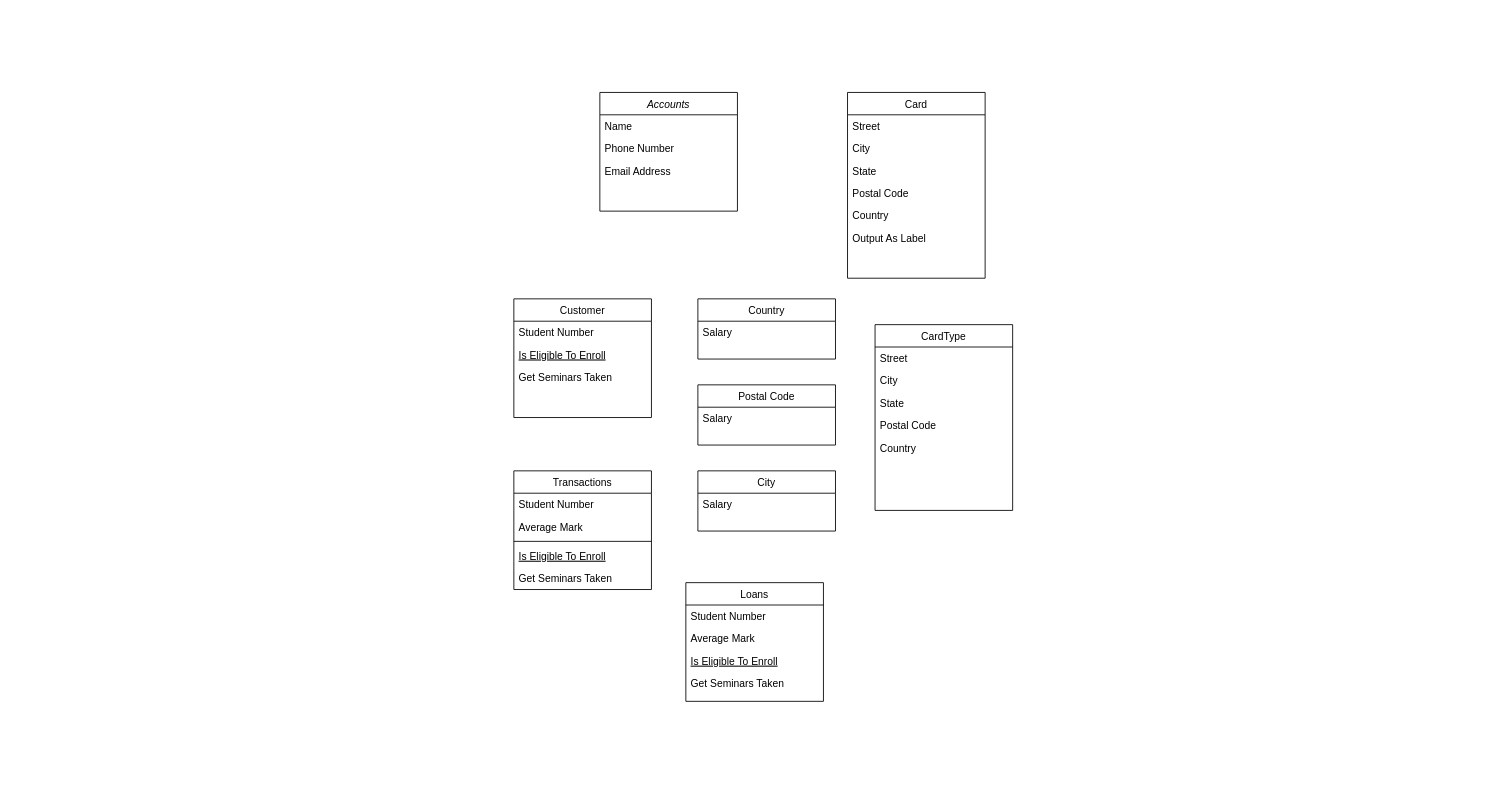
The draw.io diagram BankIndividuella.drawio in LuccaLinguine/BankDB, before the edit. Source tidied: cells renumbered, new cells numbered last; positions are measured from the earlier drawing's top-left corner, leaving out a move shared by most shapes. Both pictures are drawn from the tidied source at 86%, with x=0, y=0 at pixel (513, 92).
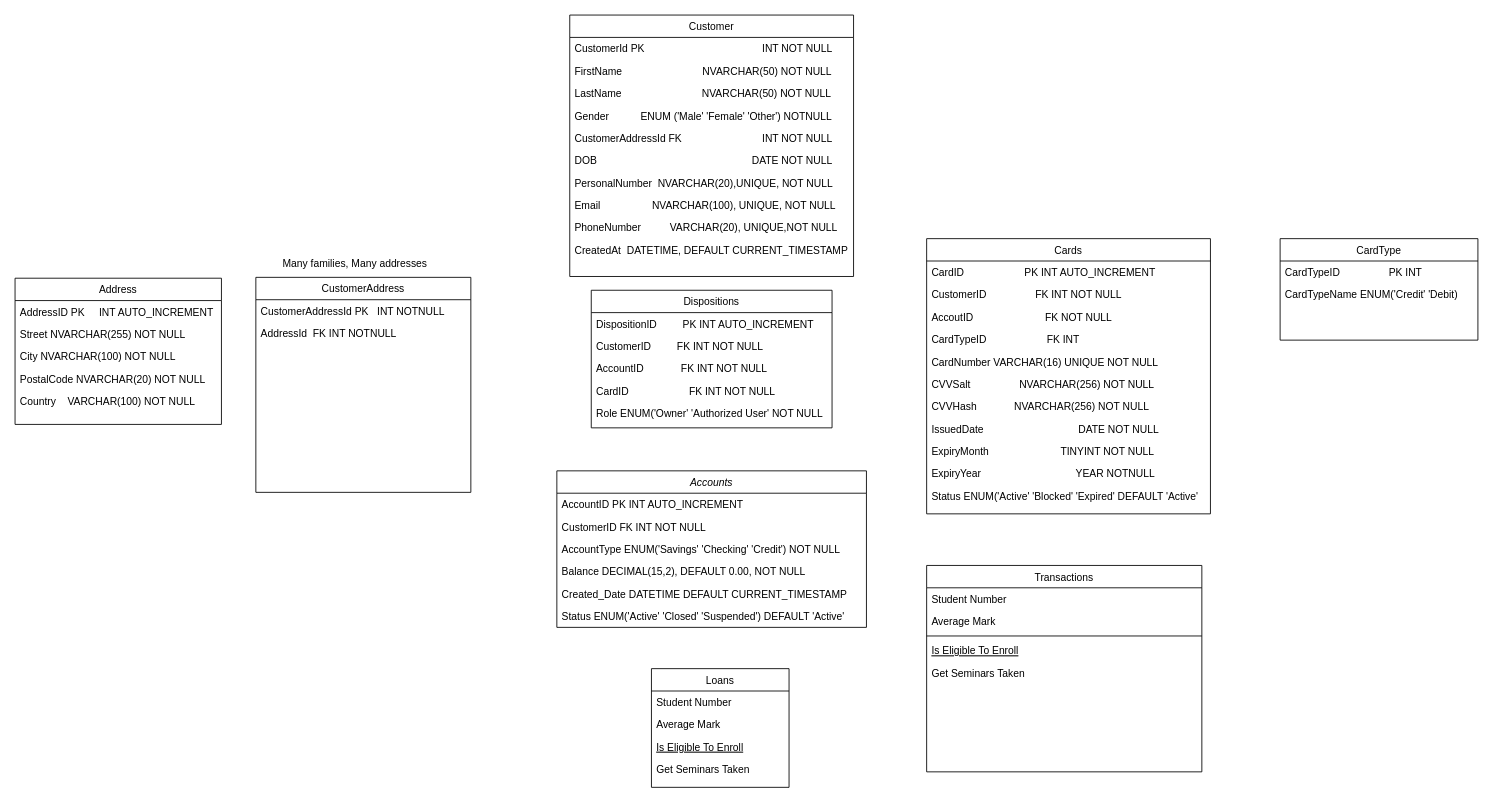
The same diagram, later.

Diff of the diagram source:
```diff
@@
     <mxCell id="2" value="Accounts" style="swimlane;fontStyle=2;align=center;verticalAlign=top;horizontal=1;startSize=26;rounded=0;shadow=0;strokeWidth=1;" parent="1" vertex="1">
-      <mxGeometry x="100" width="160" height="138" as="geometry" />
+      <mxGeometry x="50" y="440" width="360" height="182" as="geometry" />
     </mxCell>
-    <mxCell id="3" value="Name" style="text;align=left;verticalAlign=top;spacingLeft=4;spacingRight=4;overflow=hidden;" parent="2" vertex="1">
-      <mxGeometry y="26" width="160" height="26" as="geometry" />
+    <mxCell id="3" value="AccountID PK INT AUTO_INCREMENT" style="text;align=left;verticalAlign=top;spacingLeft=4;spacingRight=4;overflow=hidden;" parent="2" vertex="1">
+      <mxGeometry y="26" width="360" height="26" as="geometry" />
     </mxCell>
-    <mxCell id="4" value="Phone Number" style="text;align=left;verticalAlign=top;spacingLeft=4;spacingRight=4;overflow=hidden;rounded=0;shadow=0;html=0;" parent="2" vertex="1">
-      <mxGeometry y="52" width="160" height="26" as="geometry" />
+    <mxCell id="4" value="CustomerID FK INT NOT NULL" style="text;align=left;verticalAlign=top;spacingLeft=4;spacingRight=4;overflow=hidden;rounded=0;shadow=0;html=0;" parent="2" vertex="1">
+      <mxGeometry y="52" width="360" height="26" as="geometry" />
     </mxCell>
-    <mxCell id="5" value="Email Address" style="text;align=left;verticalAlign=top;spacingLeft=4;spacingRight=4;overflow=hidden;rounded=0;shadow=0;html=0;" parent="2" vertex="1">
-      <mxGeometry y="78" width="160" height="26" as="geometry" />
+    <mxCell id="5" value="AccountType ENUM('Savings' 'Checking' 'Credit') NOT NULL" style="text;align=left;verticalAlign=top;spacingLeft=4;spacingRight=4;overflow=hidden;rounded=0;shadow=0;html=0;" parent="2" vertex="1">
+      <mxGeometry y="78" width="360" height="26" as="geometry" />
     </mxCell>
+    <mxCell id="40" value="Balance DECIMAL(15,2), DEFAULT 0.00, NOT NULL" style="text;align=left;verticalAlign=top;spacingLeft=4;spacingRight=4;overflow=hidden;rounded=0;shadow=0;html=0;" parent="2" vertex="1">
+      <mxGeometry y="104" width="360" height="26" as="geometry" />
+    </mxCell>
+    <mxCell id="41" value="Created_Date DATETIME DEFAULT CURRENT_TIMESTAMP" style="text;align=left;verticalAlign=top;spacingLeft=4;spacingRight=4;overflow=hidden;rounded=0;shadow=0;html=0;" parent="2" vertex="1">
+      <mxGeometry y="130" width="360" height="26" as="geometry" />
+    </mxCell>
+    <mxCell id="42" value="Status ENUM('Active' 'Closed' 'Suspended') DEFAULT 'Active'" style="text;align=left;verticalAlign=top;spacingLeft=4;spacingRight=4;overflow=hidden;rounded=0;shadow=0;html=0;" parent="2" vertex="1">
+      <mxGeometry y="156" width="360" height="26" as="geometry" />
+    </mxCell>
     <mxCell id="6" value="Customer" style="swimlane;fontStyle=0;align=center;verticalAlign=top;horizontal=1;startSize=26;rounded=0;shadow=0;strokeWidth=1;" parent="1" vertex="1">
-      <mxGeometry y="240" width="160" height="138" as="geometry" />
+      <mxGeometry x="65" y="-90" width="330" height="304" as="geometry" />
     </mxCell>
-    <mxCell id="7" value="Student Number" style="text;align=left;verticalAlign=top;spacingLeft=4;spacingRight=4;overflow=hidden;" parent="6" vertex="1">
-      <mxGeometry y="26" width="160" height="26" as="geometry" />
-    </mxCell>
-    <mxCell id="8" value="Is Eligible To Enroll" style="text;align=left;verticalAlign=top;spacingLeft=4;spacingRight=4;overflow=hidden;fontStyle=4;" parent="6" vertex="1">
-      <mxGeometry y="52" width="160" height="26" as="geometry" />
-    </mxCell>
-    <mxCell id="9" value="Get Seminars Taken" style="text;align=left;verticalAlign=top;spacingLeft=4;spacingRight=4;overflow=hidden;" parent="6" vertex="1">
-      <mxGeometry y="78" width="160" height="26" as="geometry" />
+    <mxCell id="9" value="CustomerId PK                                         INT NOT NULL" style="text;align=left;verticalAlign=top;spacingLeft=4;spacingRight=4;overflow=hidden;" parent="6" vertex="1">
+      <mxGeometry y="26" width="330" height="26" as="geometry" />
     </mxCell>
-    <mxCell id="10" value="Country" style="swimlane;fontStyle=0;align=center;verticalAlign=top;horizontal=1;startSize=26;rounded=0;shadow=0;strokeWidth=1;" parent="1" vertex="1">
-      <mxGeometry x="214" y="240" width="160" height="70" as="geometry" />
-    </mxCell>
-    <mxCell id="11" value="Salary" style="text;align=left;verticalAlign=top;spacingLeft=4;spacingRight=4;overflow=hidden;" parent="10" vertex="1">
-      <mxGeometry y="26" width="160" height="26" as="geometry" />
-    </mxCell>
+    <mxCell id="43" value="FirstName                            NVARCHAR(50) NOT NULL" style="text;align=left;verticalAlign=top;spacingLeft=4;spacingRight=4;overflow=hidden;" parent="6" vertex="1">
+      <mxGeometry y="52" width="330" height="26" as="geometry" />
+    </mxCell>
+    <mxCell id="44" value="LastName                            NVARCHAR(50) NOT NULL" style="text;align=left;verticalAlign=top;spacingLeft=4;spacingRight=4;overflow=hidden;" parent="6" vertex="1">
+      <mxGeometry y="78" width="330" height="26" as="geometry" />
+    </mxCell>
+    <mxCell id="45" value="Gender           ENUM ('Male' 'Female' 'Other') NOTNULL" style="text;align=left;verticalAlign=top;spacingLeft=4;spacingRight=4;overflow=hidden;" parent="6" vertex="1">
+      <mxGeometry y="104" width="330" height="26" as="geometry" />
+    </mxCell>
+    <mxCell id="46" value="CustomerAddressId FK                            INT NOT NULL" style="text;align=left;verticalAlign=top;spacingLeft=4;spacingRight=4;overflow=hidden;" parent="6" vertex="1">
+      <mxGeometry y="130" width="330" height="26" as="geometry" />
+    </mxCell>
+    <mxCell id="47" value="DOB                                                      DATE NOT NULL" style="text;align=left;verticalAlign=top;spacingLeft=4;spacingRight=4;overflow=hidden;" parent="6" vertex="1">
+      <mxGeometry y="156" width="330" height="26" as="geometry" />
+    </mxCell>
+    <mxCell id="48" value="PersonalNumber  NVARCHAR(20),UNIQUE, NOT NULL" style="text;align=left;verticalAlign=top;spacingLeft=4;spacingRight=4;overflow=hidden;" parent="6" vertex="1">
+      <mxGeometry y="182" width="330" height="26" as="geometry" />
+    </mxCell>
+    <mxCell id="49" value="Email                  NVARCHAR(100), UNIQUE, NOT NULL" style="text;align=left;verticalAlign=top;spacingLeft=4;spacingRight=4;overflow=hidden;" parent="6" vertex="1">
+      <mxGeometry y="208" width="330" height="26" as="geometry" />
+    </mxCell>
+    <mxCell id="50" value="PhoneNumber          VARCHAR(20), UNIQUE,NOT NULL" style="text;align=left;verticalAlign=top;spacingLeft=4;spacingRight=4;overflow=hidden;" parent="6" vertex="1">
+      <mxGeometry y="234" width="330" height="26" as="geometry" />
+    </mxCell>
+    <mxCell id="51" value="CreatedAt  DATETIME, DEFAULT CURRENT_TIMESTAMP" style="text;align=left;verticalAlign=top;spacingLeft=4;spacingRight=4;overflow=hidden;" parent="6" vertex="1">
+      <mxGeometry y="260" width="330" height="26" as="geometry" />
+    </mxCell>
-    <mxCell id="12" value="Card" style="swimlane;fontStyle=0;align=center;verticalAlign=top;horizontal=1;startSize=26;rounded=0;shadow=0;strokeWidth=1;" parent="1" vertex="1">
-      <mxGeometry x="388" width="160" height="216" as="geometry" />
+    <mxCell id="12" value="Cards" style="swimlane;fontStyle=0;align=center;verticalAlign=top;horizontal=1;startSize=26;rounded=0;shadow=0;strokeWidth=1;" parent="1" vertex="1">
+      <mxGeometry x="480" y="170" width="330" height="320" as="geometry" />
     </mxCell>
-    <mxCell id="13" value="Street" style="text;align=left;verticalAlign=top;spacingLeft=4;spacingRight=4;overflow=hidden;" parent="12" vertex="1">
-      <mxGeometry y="26" width="160" height="26" as="geometry" />
-    </mxCell>
-    <mxCell id="14" value="City" style="text;align=left;verticalAlign=top;spacingLeft=4;spacingRight=4;overflow=hidden;rounded=0;shadow=0;html=0;" parent="12" vertex="1">
-      <mxGeometry y="52" width="160" height="26" as="geometry" />
-    </mxCell>
-    <mxCell id="15" value="State" style="text;align=left;verticalAlign=top;spacingLeft=4;spacingRight=4;overflow=hidden;rounded=0;shadow=0;html=0;" parent="12" vertex="1">
-      <mxGeometry y="78" width="160" height="26" as="geometry" />
-    </mxCell>
-    <mxCell id="16" value="Postal Code" style="text;align=left;verticalAlign=top;spacingLeft=4;spacingRight=4;overflow=hidden;rounded=0;shadow=0;html=0;" parent="12" vertex="1">
-      <mxGeometry y="104" width="160" height="26" as="geometry" />
-    </mxCell>
-    <mxCell id="17" value="Country" style="text;align=left;verticalAlign=top;spacingLeft=4;spacingRight=4;overflow=hidden;rounded=0;shadow=0;html=0;" parent="12" vertex="1">
-      <mxGeometry y="130" width="160" height="26" as="geometry" />
-    </mxCell>
-    <mxCell id="18" value="Output As Label" style="text;align=left;verticalAlign=top;spacingLeft=4;spacingRight=4;overflow=hidden;" parent="12" vertex="1">
-      <mxGeometry y="156" width="160" height="26" as="geometry" />
+    <mxCell id="18" value="CardID                     PK INT AUTO_INCREMENT" style="text;align=left;verticalAlign=top;spacingLeft=4;spacingRight=4;overflow=hidden;" parent="12" vertex="1">
+      <mxGeometry y="26" width="330" height="26" as="geometry" />
     </mxCell>
-    <mxCell id="19" value="Postal Code" style="swimlane;fontStyle=0;align=center;verticalAlign=top;horizontal=1;startSize=26;rounded=0;shadow=0;strokeWidth=1;" parent="1" vertex="1">
-      <mxGeometry x="214" y="340" width="160" height="70" as="geometry" />
-    </mxCell>
-    <mxCell id="20" value="Salary" style="text;align=left;verticalAlign=top;spacingLeft=4;spacingRight=4;overflow=hidden;" parent="19" vertex="1">
-      <mxGeometry y="26" width="160" height="26" as="geometry" />
-    </mxCell>
+    <mxCell id="52" value="CustomerID                 FK INT NOT NULL" style="text;align=left;verticalAlign=top;spacingLeft=4;spacingRight=4;overflow=hidden;" parent="12" vertex="1">
+      <mxGeometry y="52" width="330" height="26" as="geometry" />
+    </mxCell>
+    <mxCell id="53" value="AccoutID                         FK NOT NULL" style="text;align=left;verticalAlign=top;spacingLeft=4;spacingRight=4;overflow=hidden;" parent="12" vertex="1">
+      <mxGeometry y="78" width="330" height="26" as="geometry" />
+    </mxCell>
+    <mxCell id="54" value="CardTypeID                     FK INT" style="text;align=left;verticalAlign=top;spacingLeft=4;spacingRight=4;overflow=hidden;" parent="12" vertex="1">
+      <mxGeometry y="104" width="330" height="26" as="geometry" />
+    </mxCell>
+    <mxCell id="55" value="CardNumber VARCHAR(16) UNIQUE NOT NULL" style="text;align=left;verticalAlign=top;spacingLeft=4;spacingRight=4;overflow=hidden;" parent="12" vertex="1">
+      <mxGeometry y="130" width="330" height="26" as="geometry" />
+    </mxCell>
+    <mxCell id="56" value="CVVSalt                 NVARCHAR(256) NOT NULL" style="text;align=left;verticalAlign=top;spacingLeft=4;spacingRight=4;overflow=hidden;" parent="12" vertex="1">
+      <mxGeometry y="156" width="330" height="26" as="geometry" />
+    </mxCell>
+    <mxCell id="57" value="CVVHash             NVARCHAR(256) NOT NULL" style="text;align=left;verticalAlign=top;spacingLeft=4;spacingRight=4;overflow=hidden;" parent="12" vertex="1">
+      <mxGeometry y="182" width="330" height="26" as="geometry" />
+    </mxCell>
+    <mxCell id="58" value="IssuedDate                                 DATE NOT NULL" style="text;align=left;verticalAlign=top;spacingLeft=4;spacingRight=4;overflow=hidden;" parent="12" vertex="1">
+      <mxGeometry y="208" width="330" height="26" as="geometry" />
+    </mxCell>
+    <mxCell id="59" value="ExpiryMonth                         TINYINT NOT NULL" style="text;align=left;verticalAlign=top;spacingLeft=4;spacingRight=4;overflow=hidden;" parent="12" vertex="1">
+      <mxGeometry y="234" width="330" height="26" as="geometry" />
+    </mxCell>
+    <mxCell id="60" value="ExpiryYear                                 YEAR NOTNULL" style="text;align=left;verticalAlign=top;spacingLeft=4;spacingRight=4;overflow=hidden;" parent="12" vertex="1">
+      <mxGeometry y="260" width="330" height="26" as="geometry" />
+    </mxCell>
+    <mxCell id="61" value="Status ENUM('Active' 'Blocked' 'Expired' DEFAULT 'Active'" style="text;align=left;verticalAlign=top;spacingLeft=4;spacingRight=4;overflow=hidden;" parent="12" vertex="1">
+      <mxGeometry y="286" width="330" height="26" as="geometry" />
+    </mxCell>
-    <mxCell id="21" value="City&#10;" style="swimlane;fontStyle=0;align=center;verticalAlign=top;horizontal=1;startSize=26;rounded=0;shadow=0;strokeWidth=1;" parent="1" vertex="1">
-      <mxGeometry x="214" y="440" width="160" height="70" as="geometry" />
+    <mxCell id="21" value="Address" style="swimlane;fontStyle=0;align=center;verticalAlign=top;horizontal=1;startSize=26;rounded=0;shadow=0;strokeWidth=1;" parent="1" vertex="1">
+      <mxGeometry x="-580" y="216" width="240" height="170" as="geometry" />
     </mxCell>
-    <mxCell id="22" value="Salary" style="text;align=left;verticalAlign=top;spacingLeft=4;spacingRight=4;overflow=hidden;" parent="21" vertex="1">
-      <mxGeometry y="26" width="160" height="26" as="geometry" />
+    <mxCell id="22" value="AddressID PK     INT AUTO_INCREMENT" style="text;align=left;verticalAlign=top;spacingLeft=4;spacingRight=4;overflow=hidden;" parent="21" vertex="1">
+      <mxGeometry y="26" width="240" height="26" as="geometry" />
     </mxCell>
+    <mxCell id="62" value="Street NVARCHAR(255) NOT NULL" style="text;align=left;verticalAlign=top;spacingLeft=4;spacingRight=4;overflow=hidden;" parent="21" vertex="1">
+      <mxGeometry y="52" width="240" height="26" as="geometry" />
+    </mxCell>
+    <mxCell id="63" value="City NVARCHAR(100) NOT NULL" style="text;align=left;verticalAlign=top;spacingLeft=4;spacingRight=4;overflow=hidden;" parent="21" vertex="1">
+      <mxGeometry y="78" width="240" height="26" as="geometry" />
+    </mxCell>
+    <mxCell id="64" value="PostalCode NVARCHAR(20) NOT NULL" style="text;align=left;verticalAlign=top;spacingLeft=4;spacingRight=4;overflow=hidden;" parent="21" vertex="1">
+      <mxGeometry y="104" width="240" height="26" as="geometry" />
+    </mxCell>
+    <mxCell id="65" value="Country    VARCHAR(100) NOT NULL&#10;" style="text;align=left;verticalAlign=top;spacingLeft=4;spacingRight=4;overflow=hidden;" parent="21" vertex="1">
+      <mxGeometry y="130" width="240" height="26" as="geometry" />
+    </mxCell>
     <mxCell id="23" value="CardType" style="swimlane;fontStyle=0;align=center;verticalAlign=top;horizontal=1;startSize=26;rounded=0;shadow=0;strokeWidth=1;" parent="1" vertex="1">
-      <mxGeometry x="420" y="270" width="160" height="216" as="geometry" />
+      <mxGeometry x="891" y="170" width="230" height="118" as="geometry" />
     </mxCell>
-    <mxCell id="24" value="Street" style="text;align=left;verticalAlign=top;spacingLeft=4;spacingRight=4;overflow=hidden;" parent="23" vertex="1">
-      <mxGeometry y="26" width="160" height="26" as="geometry" />
-    </mxCell>
-    <mxCell id="25" value="City" style="text;align=left;verticalAlign=top;spacingLeft=4;spacingRight=4;overflow=hidden;rounded=0;shadow=0;html=0;" parent="23" vertex="1">
-      <mxGeometry y="52" width="160" height="26" as="geometry" />
-    </mxCell>
-    <mxCell id="26" value="State" style="text;align=left;verticalAlign=top;spacingLeft=4;spacingRight=4;overflow=hidden;rounded=0;shadow=0;html=0;" parent="23" vertex="1">
-      <mxGeometry y="78" width="160" height="26" as="geometry" />
-    </mxCell>
-    <mxCell id="27" value="Postal Code" style="text;align=left;verticalAlign=top;spacingLeft=4;spacingRight=4;overflow=hidden;rounded=0;shadow=0;html=0;" parent="23" vertex="1">
-      <mxGeometry y="104" width="160" height="26" as="geometry" />
-    </mxCell>
-    <mxCell id="28" value="Country" style="text;align=left;verticalAlign=top;spacingLeft=4;spacingRight=4;overflow=hidden;rounded=0;shadow=0;html=0;" parent="23" vertex="1">
-      <mxGeometry y="130" width="160" height="26" as="geometry" />
-    </mxCell>
+    <mxCell id="66" value="CardTypeID                 PK INT" style="text;align=left;verticalAlign=top;spacingLeft=4;spacingRight=4;overflow=hidden;" parent="23" vertex="1">
+      <mxGeometry y="26" width="230" height="26" as="geometry" />
+    </mxCell>
+    <mxCell id="67" value="CardTypeName ENUM('Credit' 'Debit)" style="text;align=left;verticalAlign=top;spacingLeft=4;spacingRight=4;overflow=hidden;" parent="23" vertex="1">
+      <mxGeometry y="52" width="230" height="26" as="geometry" />
+    </mxCell>
     <mxCell id="29" value="Transactions" style="swimlane;fontStyle=0;align=center;verticalAlign=top;horizontal=1;startSize=26;rounded=0;shadow=0;strokeWidth=1;" parent="1" vertex="1">
-      <mxGeometry y="440" width="160" height="138" as="geometry" />
+      <mxGeometry x="480" y="550" width="320" height="240" as="geometry" />
     </mxCell>
     <mxCell id="30" value="Student Number" style="text;align=left;verticalAlign=top;spacingLeft=4;spacingRight=4;overflow=hidden;" parent="29" vertex="1">
-      <mxGeometry y="26" width="160" height="26" as="geometry" />
+      <mxGeometry y="26" width="320" height="26" as="geometry" />
     </mxCell>
     <mxCell id="31" value="Average Mark" style="text;align=left;verticalAlign=top;spacingLeft=4;spacingRight=4;overflow=hidden;rounded=0;shadow=0;html=0;" parent="29" vertex="1">
-      <mxGeometry y="52" width="160" height="26" as="geometry" />
+      <mxGeometry y="52" width="320" height="26" as="geometry" />
     </mxCell>
     <mxCell id="32" style="line;html=1;strokeWidth=1;align=left;verticalAlign=middle;spacingTop=-1;spacingLeft=3;spacingRight=3;labelPosition=right;" parent="29" vertex="1">
-      <mxGeometry y="78" width="160" height="8" as="geometry" />
+      <mxGeometry y="78" width="320" height="8" as="geometry" />
     </mxCell>
     <mxCell id="33" value="Is Eligible To Enroll" style="text;align=left;verticalAlign=top;spacingLeft=4;spacingRight=4;overflow=hidden;fontStyle=4;" parent="29" vertex="1">
-      <mxGeometry y="86" width="160" height="26" as="geometry" />
+      <mxGeometry y="86" width="320" height="26" as="geometry" />
     </mxCell>
     <mxCell id="34" value="Get Seminars Taken" style="text;align=left;verticalAlign=top;spacingLeft=4;spacingRight=4;overflow=hidden;" parent="29" vertex="1">
-      <mxGeometry y="112" width="160" height="26" as="geometry" />
+      <mxGeometry y="112" width="320" height="26" as="geometry" />
     </mxCell>
     <mxCell id="35" value="Loans" style="swimlane;fontStyle=0;align=center;verticalAlign=top;horizontal=1;startSize=26;rounded=0;shadow=0;strokeWidth=1;" parent="1" vertex="1">
-      <mxGeometry x="200" y="570" width="160" height="138" as="geometry" />
+      <mxGeometry x="160" y="670" width="160" height="138" as="geometry" />
     </mxCell>
@@
+    <mxCell id="68" value="CustomerAddress" style="swimlane;fontStyle=0;align=center;verticalAlign=top;horizontal=1;startSize=26;rounded=0;shadow=0;strokeWidth=1;" parent="1" vertex="1">
+      <mxGeometry x="-300" y="215" width="250" height="250" as="geometry" />
+    </mxCell>
+    <mxCell id="69" value="CustomerAddressId PK   INT NOTNULL" style="text;align=left;verticalAlign=top;spacingLeft=4;spacingRight=4;overflow=hidden;" parent="68" vertex="1">
+      <mxGeometry y="26" width="250" height="26" as="geometry" />
+    </mxCell>
+    <mxCell id="70" value="AddressId  FK INT NOTNULL" style="text;align=left;verticalAlign=top;spacingLeft=4;spacingRight=4;overflow=hidden;" parent="68" vertex="1">
+      <mxGeometry y="52" width="250" height="26" as="geometry" />
+    </mxCell>
+    <mxCell id="71" value="Many families, Many addresses" style="text;html=1;align=center;verticalAlign=middle;strokeColor=none;fillColor=none;" parent="1" vertex="1">
+      <mxGeometry x="-280" y="185" width="190" height="30" as="geometry" />
+    </mxCell>
+    <mxCell id="72" value="Dispositions" style="swimlane;fontStyle=0;align=center;verticalAlign=top;horizontal=1;startSize=26;rounded=0;shadow=0;strokeWidth=1;" parent="1" vertex="1">
+      <mxGeometry x="90" y="230" width="280" height="160" as="geometry" />
+    </mxCell>
+    <mxCell id="73" value="DispositionID         PK INT AUTO_INCREMENT" style="text;align=left;verticalAlign=top;spacingLeft=4;spacingRight=4;overflow=hidden;" parent="72" vertex="1">
+      <mxGeometry y="26" width="280" height="26" as="geometry" />
+    </mxCell>
+    <mxCell id="74" value="CustomerID         FK INT NOT NULL" style="text;align=left;verticalAlign=top;spacingLeft=4;spacingRight=4;overflow=hidden;rounded=0;shadow=0;html=0;" parent="72" vertex="1">
+      <mxGeometry y="52" width="280" height="26" as="geometry" />
+    </mxCell>
+    <mxCell id="75" value="AccountID             FK INT NOT NULL" style="text;align=left;verticalAlign=top;spacingLeft=4;spacingRight=4;overflow=hidden;" parent="72" vertex="1">
+      <mxGeometry y="78" width="280" height="26" as="geometry" />
+    </mxCell>
+    <mxCell id="76" value="CardID                     FK INT NOT NULL" style="text;align=left;verticalAlign=top;spacingLeft=4;spacingRight=4;overflow=hidden;" parent="72" vertex="1">
+      <mxGeometry y="104" width="280" height="26" as="geometry" />
+    </mxCell>
+    <mxCell id="77" value="Role ENUM('Owner' 'Authorized User' NOT NULL&#10;" style="text;align=left;verticalAlign=top;spacingLeft=4;spacingRight=4;overflow=hidden;" parent="72" vertex="1">
+      <mxGeometry y="130" width="280" height="26" as="geometry" />
+    </mxCell>
```
